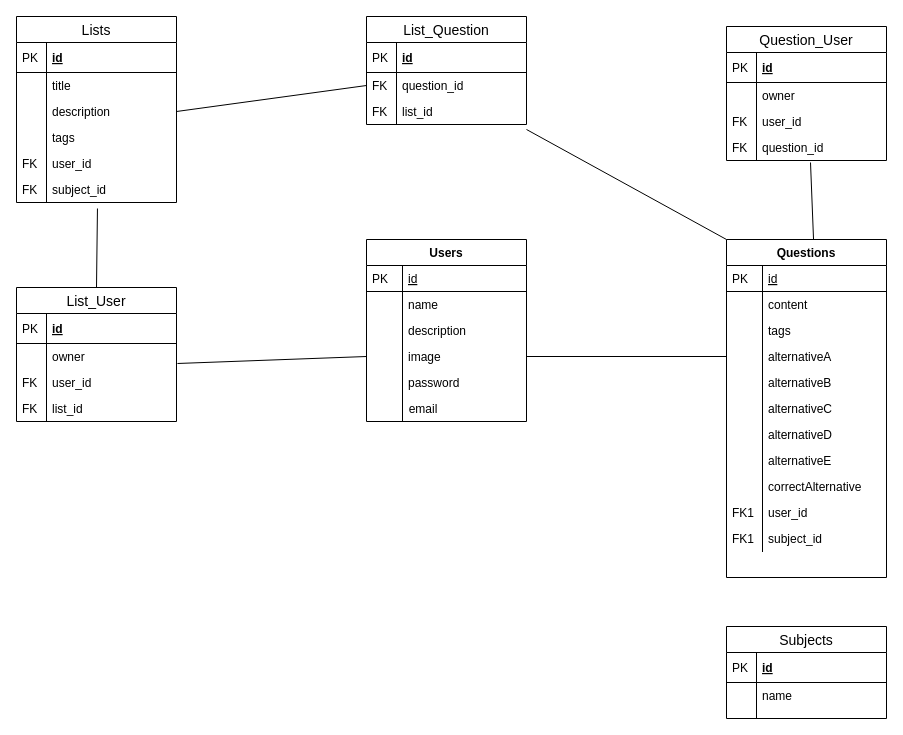
C0lliNN/EasyVest keeps this draw.io diagram as Entity Relation Diagram.drawio. Above is the earlier version. Source tidied: cells renumbered, new cells numbered last; positions are measured from the earlier drawing's top-left corner, leaving out a move shared by most shapes. Both pictures are drawn from the tidied source at 100%, with x=0, y=0 at pixel (16, 16).
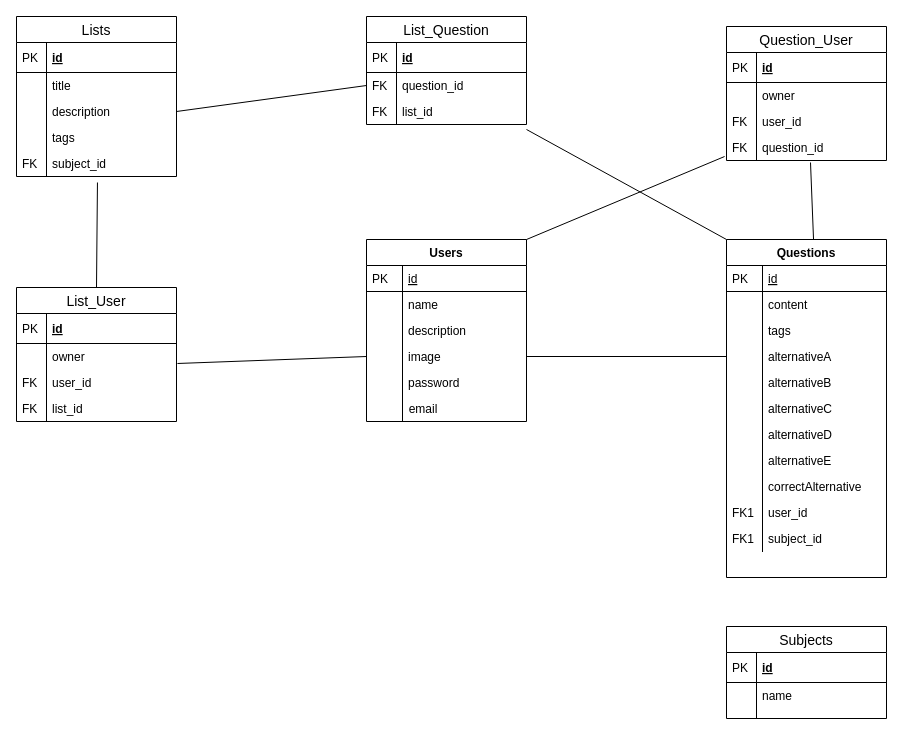
After the change.

The change refers to these unchanged cells:
```xml
<mxCell id="3" value="Users" style="swimlane;fontStyle=1;horizontal=1;startSize=26;rounded=0;shadow=0;strokeWidth=1;" parent="1" vertex="1">
  <mxGeometry x="350" y="223" width="160" height="182" as="geometry" />
</mxCell>
<mxCell id="66" value="question_id" style="shape=partialRectangle;top=0;left=0;right=0;bottom=0;align=left;verticalAlign=top;fillColor=none;spacingLeft=34;spacingRight=4;overflow=hidden;points=[[0,0.5],[1,0.5]];portConstraint=eastwest;fontSize=12;" parent="59" vertex="1">
  <mxGeometry y="108" width="160" height="26" as="geometry" />
</mxCell>
```

The edit, as a diff of the source:
```diff
@@
     <mxCell id="46" value="Lists" style="swimlane;fontStyle=0;horizontal=1;startSize=26;align=center;fontSize=14;" parent="1" vertex="1">
-      <mxGeometry width="160" height="186" as="geometry" />
+      <mxGeometry width="160" height="160" as="geometry" />
     </mxCell>
@@
-    <mxCell id="55" value="user_id" style="shape=partialRectangle;top=0;left=0;right=0;bottom=0;align=left;verticalAlign=top;fillColor=none;spacingLeft=34;spacingRight=4;overflow=hidden;fontSize=12;" parent="46" vertex="1">
-      <mxGeometry y="134" width="160" height="26" as="geometry" />
-    </mxCell>
-    <mxCell id="56" value="FK" style="shape=partialRectangle;top=0;left=0;bottom=0;fillColor=none;align=left;verticalAlign=top;spacingLeft=4;spacingRight=4;overflow=hidden;fontSize=12;" parent="55" vertex="1">
-      <mxGeometry width="30" height="26" as="geometry" />
-    </mxCell>
     <mxCell id="57" value="subject_id" style="shape=partialRectangle;top=0;left=0;right=0;bottom=0;align=left;verticalAlign=top;fillColor=none;spacingLeft=34;spacingRight=4;overflow=hidden;points=[[0,0.5],[1,0.5]];portConstraint=eastwest;fontSize=12;" parent="46" vertex="1">
-      <mxGeometry y="160" width="160" height="26" as="geometry" />
+      <mxGeometry y="134" width="160" height="26" as="geometry" />
     </mxCell>
@@
+    <mxCell id="90" style="endArrow=none;html=1;exitX=1;exitY=0;exitDx=0;exitDy=0;entryX=-0.012;entryY=0.846;entryDx=0;entryDy=0;entryPerimeter=0;" parent="1" edge="1" source="3" target="66">
+      <mxGeometry relative="1" as="geometry" />
+    </mxCell>
```
